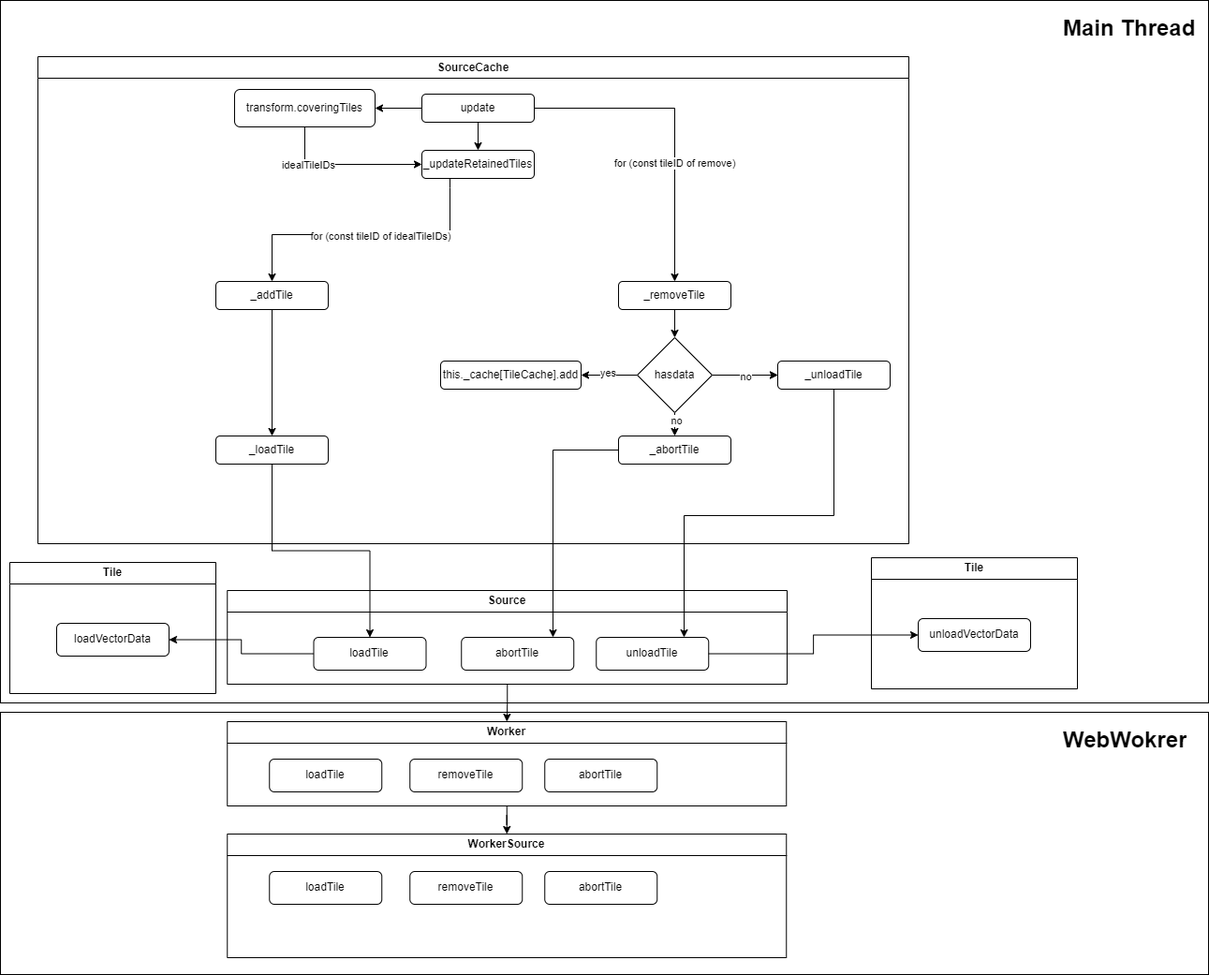
This is sourceCache.update.drawio.png from 472542625/drawio, a draw.io export, as it was before one commit. Source tidied: cells renumbered, new cells last; positions are measured from the earlier drawing's top-left corner, leaving out a move shared by most shapes.
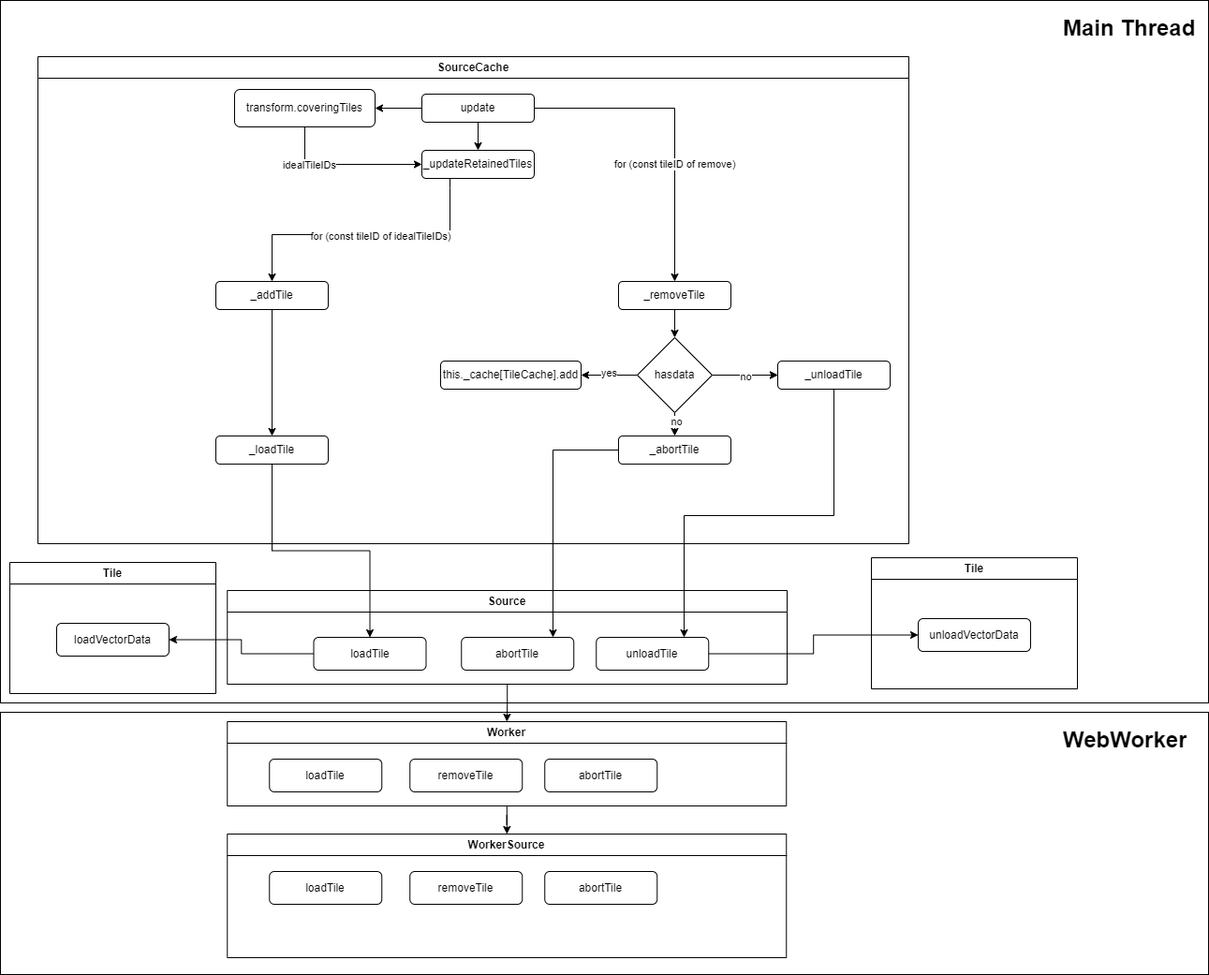
After the change.

Diff of the diagram source:
```diff
@@ -173,7 +173,7 @@
     <mxCell id="52" value="&lt;h1&gt;Main Thread&lt;/h1&gt;" style="text;html=1;strokeColor=none;fillColor=none;spacing=5;spacingTop=-20;whiteSpace=wrap;overflow=hidden;rounded=0;" parent="1" vertex="1">
       <mxGeometry x="1130" y="10" width="150" height="35" as="geometry" />
     </mxCell>
-    <mxCell id="53" value="&lt;h1&gt;WebWokrer&lt;/h1&gt;" style="text;html=1;strokeColor=none;fillColor=none;spacing=5;spacingTop=-20;whiteSpace=wrap;overflow=hidden;rounded=0;" parent="1" vertex="1">
+    <mxCell id="53" value="&lt;h1&gt;WebWorker&lt;/h1&gt;" style="text;html=1;strokeColor=none;fillColor=none;spacing=5;spacingTop=-20;whiteSpace=wrap;overflow=hidden;rounded=0;" parent="1" vertex="1">
       <mxGeometry x="1130" y="770" width="150" height="35" as="geometry" />
     </mxCell>
     <mxCell id="54" value="Tile" style="swimlane;whiteSpace=wrap;html=1;" parent="1" vertex="1">
```
